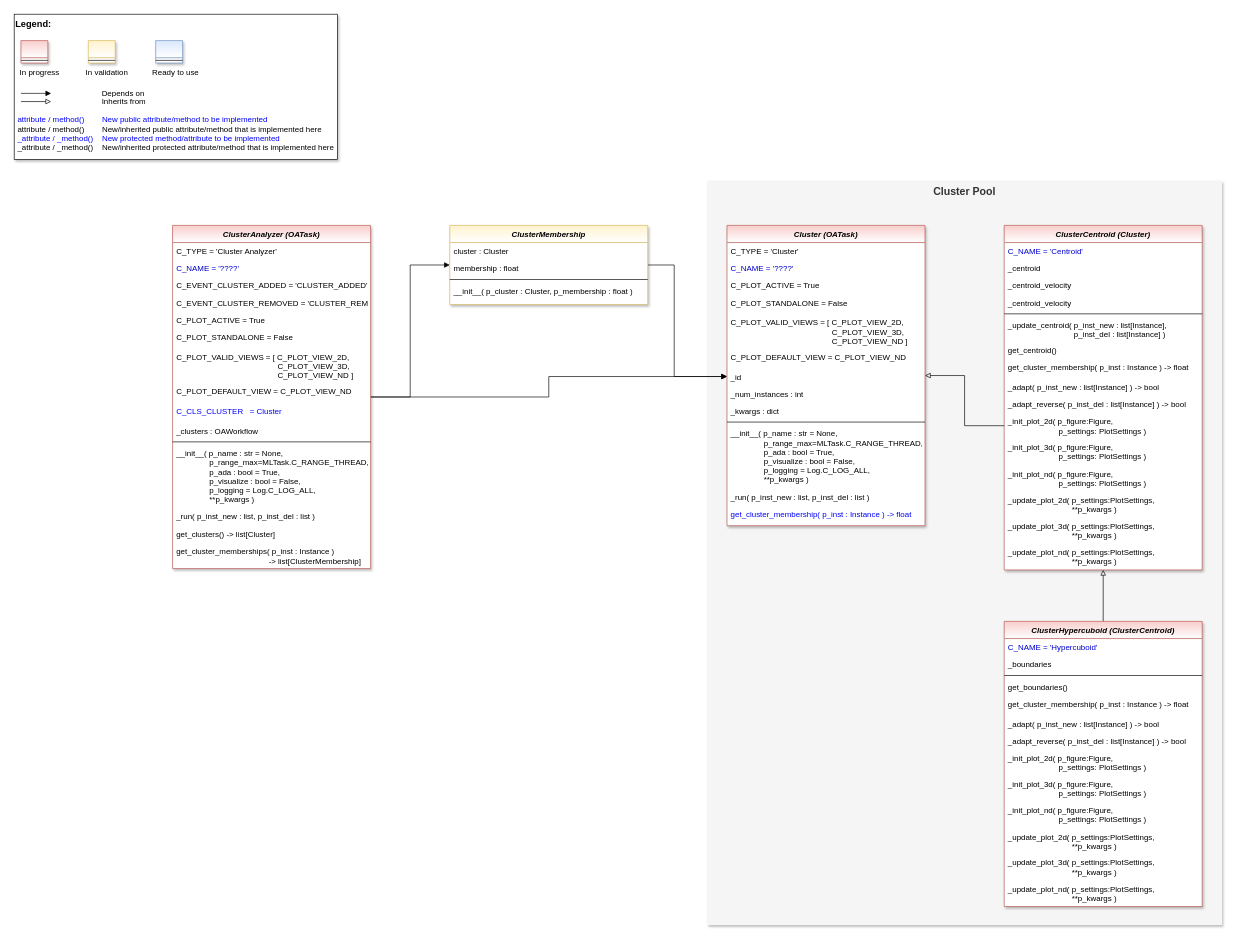
The draw.io diagram doc/rtd/content/04_appendices/appendix2/sub/core/mlpro_oa/images/streams/MLPro-OA-Cluster_Analyzers.drawio in fhswf/MLPro, before the edit. Source tidied: cells renumbered, new cells numbered last; positions are measured from the earlier drawing's top-left corner, leaving out a move shared by most shapes. Both pictures are drawn from the tidied source at 66%, with x=0, y=0 at pixel (14, 14).
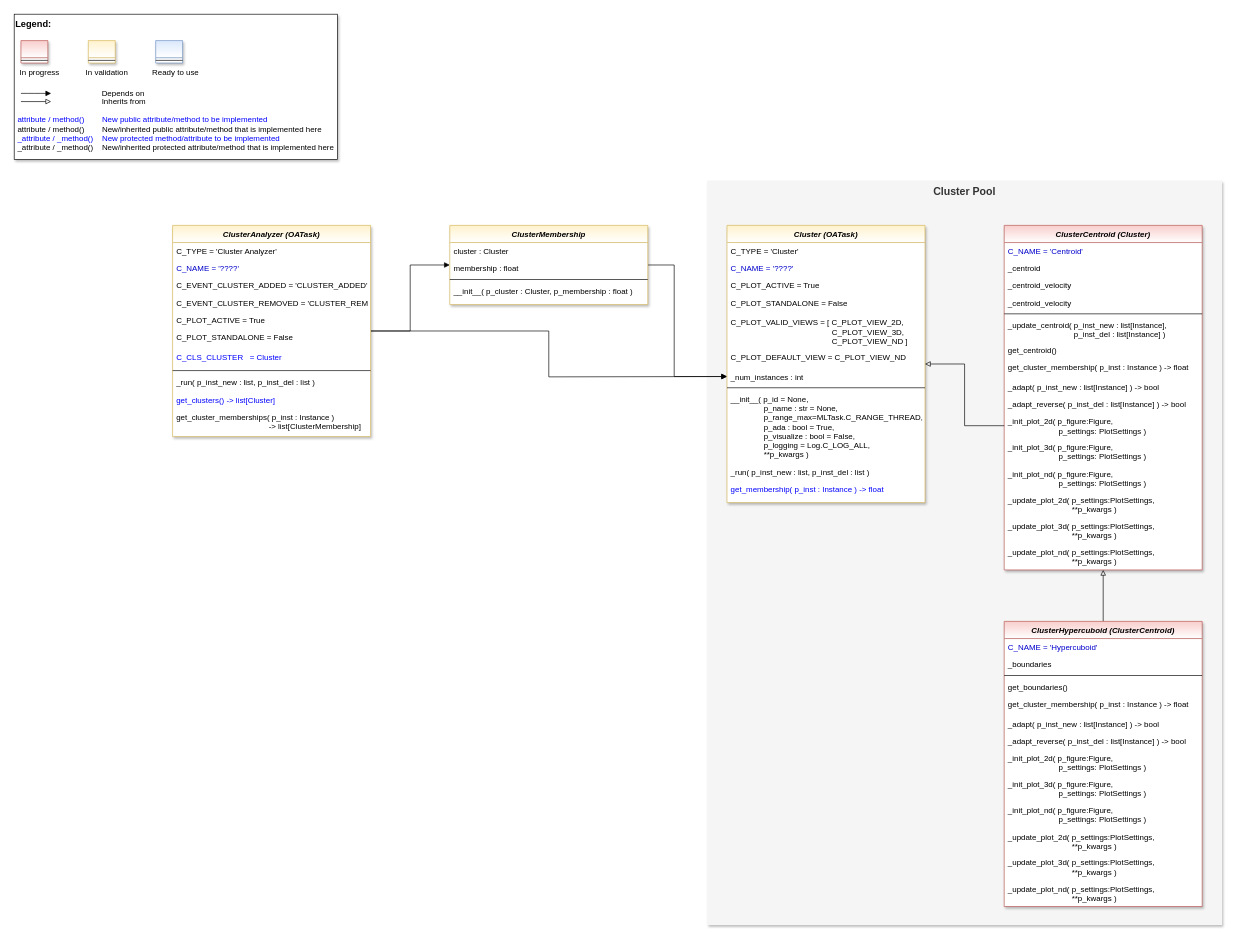
The same page after the edit.

Commit message (it also covers changes not shown here):
OA-Task: Templates for Cluster Analyzers #589

The change refers to these unchanged cells:
```xml
<mxCell id="78" value="ClusterMembership" style="swimlane;fontStyle=3;align=center;verticalAlign=top;horizontal=1;startSize=26;rounded=0;shadow=1;strokeWidth=1;fillColor=#fff2cc;strokeColor=#d6b656;swimlaneFillColor=#ffffff;gradientColor=#FFFFFF;" parent="1" vertex="1">
  <mxGeometry x="660" y="320" width="300" height="120" as="geometry" />
</mxCell>
```

Change to the diagram source:
```diff
@@
-    <mxCell id="14" style="edgeStyle=orthogonalEdgeStyle;rounded=0;jettySize=auto;html=1;entryX=0;entryY=0.5;entryDx=0;entryDy=0;fontSize=16;fontColor=default;endArrow=block;endFill=1;" parent="1" edge="1" source="15" target="38">
-      <mxGeometry relative="1" as="geometry" />
+    <mxCell id="14" style="edgeStyle=orthogonalEdgeStyle;rounded=0;jettySize=auto;html=1;entryX=0;entryY=0.5;entryDx=0;entryDy=0;fontSize=16;fontColor=default;endArrow=block;endFill=1;" parent="1" edge="1" source="15">
+      <mxGeometry relative="1" as="geometry">
+        <mxPoint x="1080" y="549" as="targetPoint" />
+      </mxGeometry>
     </mxCell>
-    <mxCell id="15" value="ClusterAnalyzer (OATask)" style="swimlane;fontStyle=3;align=center;verticalAlign=top;horizontal=1;startSize=26;rounded=0;shadow=1;strokeWidth=1;fillColor=#f8cecc;strokeColor=#b85450;swimlaneFillColor=#ffffff;gradientColor=#FFFFFF;" parent="1" vertex="1">
-      <mxGeometry x="240" y="320" width="300" height="520" as="geometry" />
+    <mxCell id="15" value="ClusterAnalyzer (OATask)" style="swimlane;fontStyle=3;align=center;verticalAlign=top;horizontal=1;startSize=26;rounded=0;shadow=1;strokeWidth=1;fillColor=#fff2cc;strokeColor=#d6b656;swimlaneFillColor=#ffffff;gradientColor=#FFFFFF;" parent="1" vertex="1">
+      <mxGeometry x="240" y="320" width="300" height="320" as="geometry" />
     </mxCell>
@@
-    <mxCell id="22" value="C_PLOT_VALID_VIEWS = [ C_PLOT_VIEW_2D,&#10;                                              C_PLOT_VIEW_3D,&#10;                                              C_PLOT_VIEW_ND ]" style="text;align=left;verticalAlign=top;spacingLeft=4;spacingRight=4;overflow=hidden;fontColor=default;" parent="15" vertex="1">
-      <mxGeometry y="186" width="300" height="52" as="geometry" />
-    </mxCell>
-    <mxCell id="23" value="C_PLOT_DEFAULT_VIEW = C_PLOT_VIEW_ND" style="text;align=left;verticalAlign=top;spacingLeft=4;spacingRight=4;overflow=hidden;fontColor=default;" parent="15" vertex="1">
-      <mxGeometry y="238" width="300" height="30" as="geometry" />
-    </mxCell>
     <mxCell id="24" value="C_CLS_CLUSTER   = Cluster" style="text;align=left;verticalAlign=top;spacingLeft=4;spacingRight=4;overflow=hidden;fontColor=#0000FF;" parent="15" vertex="1">
-      <mxGeometry y="268" width="300" height="30" as="geometry" />
+      <mxGeometry y="186" width="300" height="30" as="geometry" />
     </mxCell>
-    <mxCell id="25" value="_clusters : OAWorkflow" style="text;align=left;verticalAlign=top;spacingLeft=4;spacingRight=4;overflow=hidden;" parent="15" vertex="1">
-      <mxGeometry y="298" width="300" height="26" as="geometry" />
-    </mxCell>
     <mxCell id="26" style="line;html=1;strokeWidth=1;align=left;verticalAlign=middle;spacingTop=-1;spacingLeft=3;spacingRight=3;labelPosition=right;" parent="15" vertex="1">
-      <mxGeometry y="324" width="300" height="8" as="geometry" />
+      <mxGeometry y="216" width="300" height="8" as="geometry" />
     </mxCell>
-    <mxCell id="27" value="__init__( p_name : str = None,&#10;               p_range_max=MLTask.C_RANGE_THREAD,&#10;               p_ada : bool = True,&#10;               p_visualize : bool = False,&#10;               p_logging = Log.C_LOG_ALL,&#10;               **p_kwargs )" style="text;align=left;verticalAlign=top;spacingLeft=4;spacingRight=4;overflow=hidden;fontColor=default;" parent="15" vertex="1">
-      <mxGeometry y="332" width="300" height="96" as="geometry" />
-    </mxCell>
     <mxCell id="28" value="_run( p_inst_new : list, p_inst_del : list )" style="text;align=left;verticalAlign=top;spacingLeft=4;spacingRight=4;overflow=hidden;fontColor=default;" parent="15" vertex="1">
-      <mxGeometry y="428" width="300" height="27" as="geometry" />
+      <mxGeometry y="224" width="300" height="27" as="geometry" />
     </mxCell>
-    <mxCell id="29" value="get_clusters() -&gt; list[Cluster]" style="text;align=left;verticalAlign=top;spacingLeft=4;spacingRight=4;overflow=hidden;fontColor=default;" parent="15" vertex="1">
-      <mxGeometry y="455" width="300" height="26" as="geometry" />
+    <mxCell id="29" value="get_clusters() -&gt; list[Cluster]" style="text;align=left;verticalAlign=top;spacingLeft=4;spacingRight=4;overflow=hidden;fontColor=#0000FF;" parent="15" vertex="1">
+      <mxGeometry y="251" width="300" height="26" as="geometry" />
     </mxCell>
     <mxCell id="30" value="get_cluster_memberships( p_inst : Instance ) &#10;                                          -&gt; list[ClusterMembership]" style="text;align=left;verticalAlign=top;spacingLeft=4;spacingRight=4;overflow=hidden;fontColor=default;" parent="15" vertex="1">
-      <mxGeometry y="481" width="300" height="39" as="geometry" />
+      <mxGeometry y="277" width="300" height="39" as="geometry" />
     </mxCell>
-    <mxCell id="31" value="Cluster (OATask)" style="swimlane;fontStyle=3;align=center;verticalAlign=top;horizontal=1;startSize=26;rounded=0;shadow=1;strokeWidth=1;fillColor=#f8cecc;strokeColor=#b85450;swimlaneFillColor=#ffffff;gradientColor=#ffffff;" parent="1" vertex="1">
-      <mxGeometry x="1080" y="320" width="300" height="455" as="geometry" />
+    <mxCell id="31" value="Cluster (OATask)" style="swimlane;fontStyle=3;align=center;verticalAlign=top;horizontal=1;startSize=26;rounded=0;shadow=1;strokeWidth=1;fillColor=#fff2cc;strokeColor=#d6b656;swimlaneFillColor=#ffffff;gradientColor=#FFFFFF;" parent="1" vertex="1">
+      <mxGeometry x="1080" y="320" width="300" height="420" as="geometry" />
     </mxCell>
@@
-    <mxCell id="38" value="_id" style="text;align=left;verticalAlign=top;spacingLeft=4;spacingRight=4;overflow=hidden;points=[[0,0.5],[1,0.5]];portConstraint=eastwest;" parent="31" vertex="1">
-      <mxGeometry y="216" width="300" height="26" as="geometry" />
-    </mxCell>
     <mxCell id="39" value="_num_instances : int" style="text;align=left;verticalAlign=top;spacingLeft=4;spacingRight=4;overflow=hidden;" parent="31" vertex="1">
-      <mxGeometry y="242" width="300" height="26" as="geometry" />
+      <mxGeometry y="216" width="300" height="26" as="geometry" />
     </mxCell>
-    <mxCell id="40" value="_kwargs : dict" style="text;align=left;verticalAlign=top;spacingLeft=4;spacingRight=4;overflow=hidden;" parent="31" vertex="1">
-      <mxGeometry y="268" width="300" height="26" as="geometry" />
-    </mxCell>
     <mxCell id="41" style="line;html=1;strokeWidth=1;align=left;verticalAlign=middle;spacingTop=-1;spacingLeft=3;spacingRight=3;labelPosition=right;" parent="31" vertex="1">
-      <mxGeometry y="294" width="300" height="8" as="geometry" />
+      <mxGeometry y="242" width="300" height="8" as="geometry" />
     </mxCell>
-    <mxCell id="42" value="__init__( p_name : str = None,&#10;               p_range_max=MLTask.C_RANGE_THREAD,&#10;               p_ada : bool = True,&#10;               p_visualize : bool = False,&#10;               p_logging = Log.C_LOG_ALL,&#10;               **p_kwargs )" style="text;align=left;verticalAlign=top;spacingLeft=4;spacingRight=4;overflow=hidden;fontColor=default;" parent="31" vertex="1">
-      <mxGeometry y="302" width="300" height="96" as="geometry" />
+    <mxCell id="42" value="__init__( p_id = None,&#10;               p_name : str = None,&#10;               p_range_max=MLTask.C_RANGE_THREAD,&#10;               p_ada : bool = True,&#10;               p_visualize : bool = False,&#10;               p_logging = Log.C_LOG_ALL,&#10;               **p_kwargs )" style="text;align=left;verticalAlign=top;spacingLeft=4;spacingRight=4;overflow=hidden;fontColor=default;" parent="31" vertex="1">
+      <mxGeometry y="250" width="300" height="110" as="geometry" />
     </mxCell>
     <mxCell id="43" value="_run( p_inst_new : list, p_inst_del : list )" style="text;align=left;verticalAlign=top;spacingLeft=4;spacingRight=4;overflow=hidden;fontColor=default;" parent="31" vertex="1">
-      <mxGeometry y="398" width="300" height="27" as="geometry" />
+      <mxGeometry y="360" width="300" height="27" as="geometry" />
     </mxCell>
-    <mxCell id="44" value="get_cluster_membership( p_inst : Instance ) -&gt; float" style="text;align=left;verticalAlign=top;spacingLeft=4;spacingRight=4;overflow=hidden;fontColor=#0000FF;" parent="31" vertex="1">
-      <mxGeometry y="425" width="300" height="30" as="geometry" />
+    <mxCell id="44" value="get_membership( p_inst : Instance ) -&gt; float" style="text;align=left;verticalAlign=top;spacingLeft=4;spacingRight=4;overflow=hidden;fontColor=#0000FF;" parent="31" vertex="1">
+      <mxGeometry y="387" width="300" height="30" as="geometry" />
     </mxCell>
@@
-    <mxCell id="77" style="edgeStyle=orthogonalEdgeStyle;rounded=0;jettySize=auto;html=1;fontSize=16;fontColor=default;endArrow=block;endFill=1;entryX=0;entryY=0.5;entryDx=0;entryDy=0;" parent="1" edge="1" source="78" target="38">
+    <mxCell id="77" style="edgeStyle=orthogonalEdgeStyle;rounded=0;jettySize=auto;html=1;fontSize=16;fontColor=default;endArrow=block;endFill=1;entryX=0;entryY=0.5;entryDx=0;entryDy=0;" parent="1" edge="1" source="78">
       <mxGeometry relative="1" as="geometry">
+        <mxPoint x="1080" y="549" as="targetPoint" />
         <Array as="points">
           <mxPoint x="1000" y="380" />
           <mxPoint x="1000" y="549" />
         </Array>
       </mxGeometry>
     </mxCell>
```
